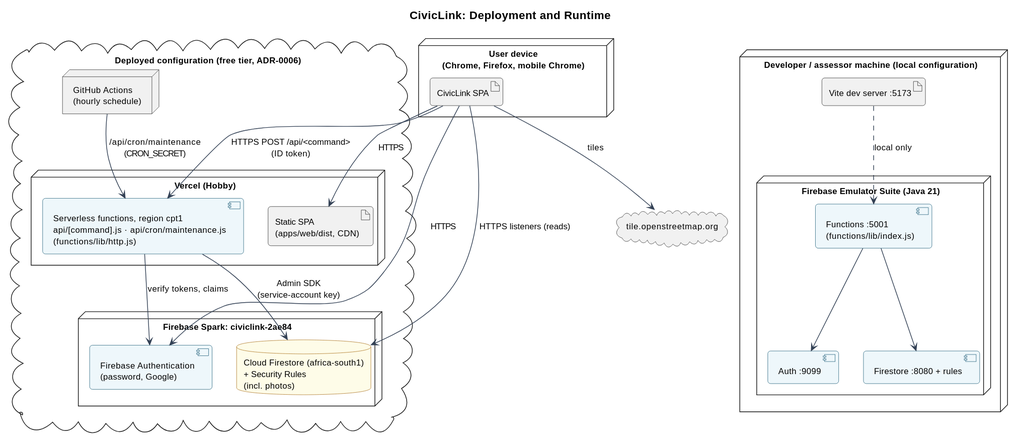
Earlier version of the PlantUML export docs/diagrams/deployment.svg (altechemist/civiclink).
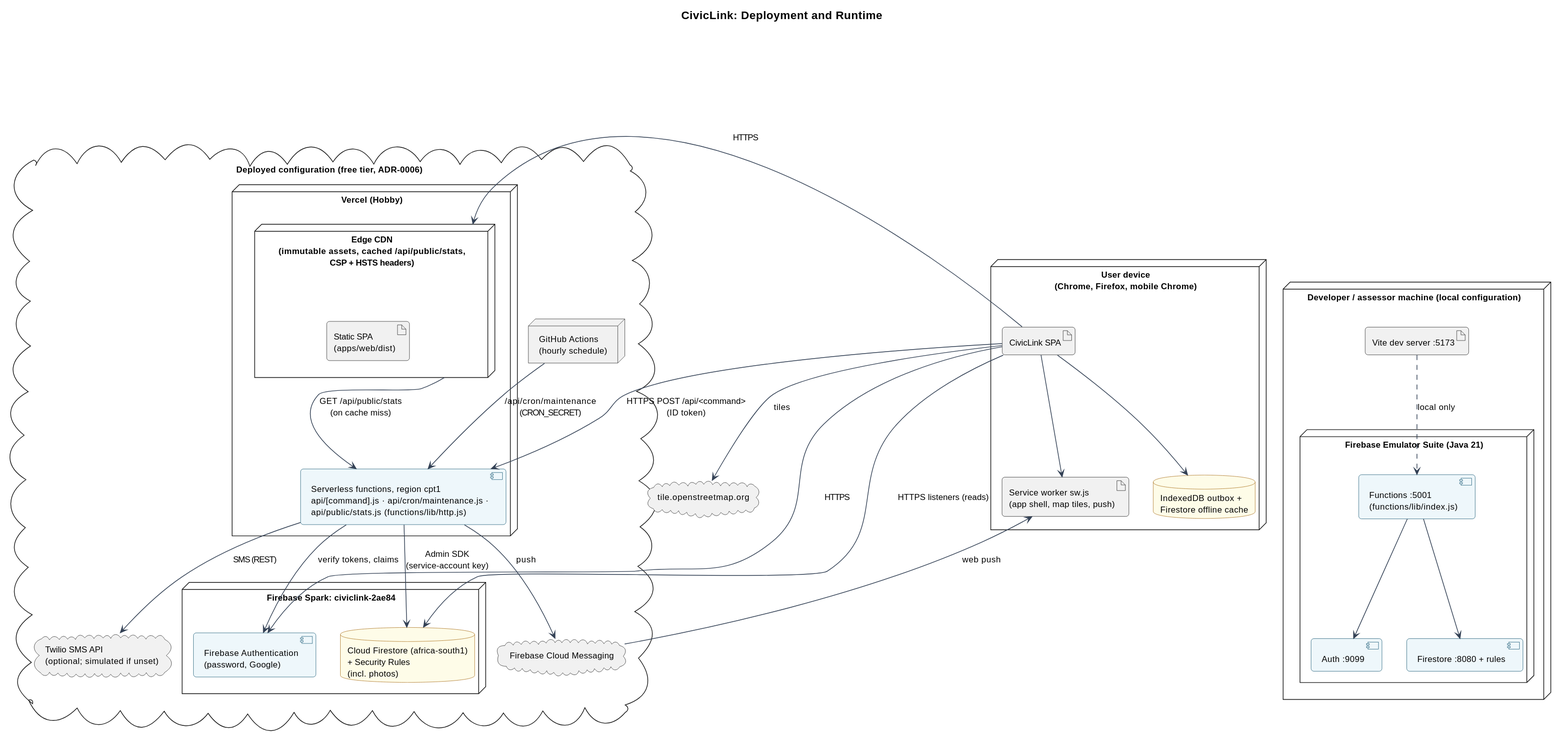
The same file after the commit.

What changed in the source:
```diff
@@ -4,18 +4,24 @@
 
 node "User device\n(Chrome, Firefox, mobile Chrome)" as Browser {
   artifact "CivicLink SPA" as SPA
+  artifact "Service worker sw.js\n(app shell, map tiles, push)" as SW
+  database "IndexedDB outbox +\nFirestore offline cache" as IDB
 }
 
 cloud "Deployed configuration (free tier, ADR-0006)" {
   node "Vercel (Hobby)" as Vercel {
-    artifact "Static SPA\n(apps/web/dist, CDN)" as Static
-    component "Serverless functions, region cpt1\napi/[command].js · api/cron/maintenance.js\n(functions/lib/http.js)" as VApi
+    node "Edge CDN\n(immutable assets, cached /api/public/stats,\nCSP + HSTS headers)" as CDN {
+      artifact "Static SPA\n(apps/web/dist)" as Static
+    }
+    component "Serverless functions, region cpt1\napi/[command].js · api/cron/maintenance.js ·\napi/public/stats.js (functions/lib/http.js)" as VApi
   }
   node "Firebase Spark: civiclink-2ae84" as Fb {
     component "Firebase Authentication\n(password, Google)" as FA
     database "Cloud Firestore (africa-south1)\n+ Security Rules\n(incl. photos)" as FF
   }
   node "GitHub Actions\n(hourly schedule)" as GHA
+  cloud "Firebase Cloud Messaging" as FCM
+  cloud "Twilio SMS API\n(optional; simulated if unset)" as TW
 }
 
 node "Developer / assessor machine (local configuration)" as PC {
@@ -28,8 +34,14 @@
 }
 cloud "tile.openstreetmap.org" as OSM
 
-SPA --> Static : HTTPS
+SPA --> CDN : HTTPS
+SPA --> SW
+SPA --> IDB
 SPA --> VApi : HTTPS POST /api/<command>\n(ID token)
+CDN --> VApi : GET /api/public/stats\n(on cache miss)
+VApi --> FCM : push
+FCM --> SW : web push
+VApi --> TW : SMS (REST)
 SPA --> FA : HTTPS
 SPA --> FF : HTTPS listeners (reads)
 VApi --> FF : Admin SDK\n(service-account key)
```
